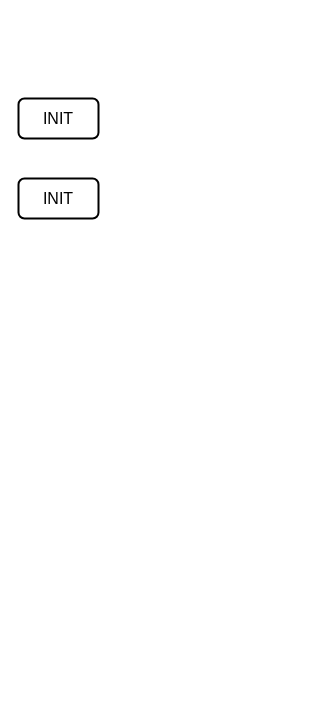
SwissMaverick/PRJ_2204_Theremin_JJE keeps this draw.io diagram as doc/V2/Machine d'état.drawio. Above is the earlier version. Source tidied: cells renumbered, new cells numbered last; positions are measured from the earlier drawing's top-left corner, leaving out a move shared by most shapes. Both pictures are drawn from the tidied source at 100%, with x=0, y=0 at pixel (18, 98).
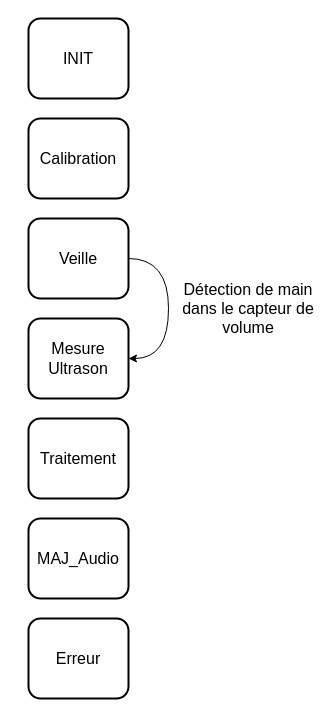
After the change.

Diff of the diagram source:
```diff
@@
 <mxGraphModel>
   <root>
     <mxCell id="0" />
     <mxCell id="1" parent="0" />
     <mxCell id="2" value="&lt;font style=&quot;font-size: 16px;&quot;&gt;INIT&lt;/font&gt;" style="rounded=1;whiteSpace=wrap;html=1;strokeWidth=2;fillColor=none;" parent="1" vertex="1">
-      <mxGeometry width="80" height="40" as="geometry" />
+      <mxGeometry x="10" y="-80" width="100" height="80" as="geometry" />
     </mxCell>
-    <mxCell id="3" value="&lt;font style=&quot;font-size: 16px;&quot;&gt;INIT&lt;/font&gt;" style="rounded=1;whiteSpace=wrap;html=1;strokeWidth=2;fillColor=none;" parent="1" vertex="1">
-      <mxGeometry y="80" width="80" height="40" as="geometry" />
+    <mxCell id="3" value="&lt;font style=&quot;font-size: 16px;&quot;&gt;Mesure Ultrason&lt;/font&gt;" style="rounded=1;whiteSpace=wrap;html=1;strokeWidth=2;fillColor=none;" parent="1" vertex="1">
+      <mxGeometry x="10" y="220" width="100" height="80" as="geometry" />
     </mxCell>
+    <mxCell id="4" value="&lt;font style=&quot;font-size: 16px;&quot;&gt;Calibration&lt;/font&gt;" style="rounded=1;whiteSpace=wrap;html=1;strokeWidth=2;fillColor=none;" parent="1" vertex="1">
+      <mxGeometry x="10" y="20" width="100" height="80" as="geometry" />
+    </mxCell>
+    <mxCell id="5" value="&lt;font style=&quot;font-size: 16px;&quot;&gt;Veille&lt;/font&gt;" style="rounded=1;whiteSpace=wrap;html=1;strokeWidth=2;fillColor=none;" parent="1" vertex="1">
+      <mxGeometry x="10" y="120" width="100" height="80" as="geometry" />
+    </mxCell>
+    <mxCell id="6" value="&lt;font style=&quot;font-size: 16px;&quot;&gt;Traitement&lt;/font&gt;" style="rounded=1;whiteSpace=wrap;html=1;strokeWidth=2;fillColor=none;" parent="1" vertex="1">
+      <mxGeometry x="10" y="320" width="100" height="80" as="geometry" />
+    </mxCell>
+    <mxCell id="7" value="&lt;font style=&quot;font-size: 16px;&quot;&gt;Erreur&lt;/font&gt;" style="rounded=1;whiteSpace=wrap;html=1;strokeWidth=2;fillColor=none;" parent="1" vertex="1">
+      <mxGeometry x="10" y="520" width="100" height="80" as="geometry" />
+    </mxCell>
+    <mxCell id="8" value="&lt;font style=&quot;font-size: 16px;&quot;&gt;MAJ_Audio&lt;/font&gt;" style="rounded=1;whiteSpace=wrap;html=1;strokeWidth=2;fillColor=none;" parent="1" vertex="1">
+      <mxGeometry x="10" y="420" width="100" height="80" as="geometry" />
+    </mxCell>
+    <mxCell id="9" style="endArrow=classic;html=1;rounded=0;exitX=1;exitY=0.5;exitDx=0;exitDy=0;entryX=1;entryY=0.5;entryDx=0;entryDy=0;edgeStyle=orthogonalEdgeStyle;curved=1;" parent="1" edge="1" source="5" target="3">
+      <mxGeometry relative="1" as="geometry">
+        <Array as="points">
+          <mxPoint x="150" y="160" />
+          <mxPoint x="150" y="260" />
+        </Array>
+      </mxGeometry>
+    </mxCell>
+    <mxCell id="10" value="&lt;font style=&quot;font-size: 16px;&quot;&gt;Détection de main dans le capteur de volume&lt;/font&gt;" style="text;html=1;whiteSpace=wrap;strokeColor=none;fillColor=none;align=center;verticalAlign=middle;rounded=0;" parent="1" vertex="1">
+      <mxGeometry x="160" y="180" width="140" height="60" as="geometry" />
+    </mxCell>
   </root>
 </mxGraphModel>
```
